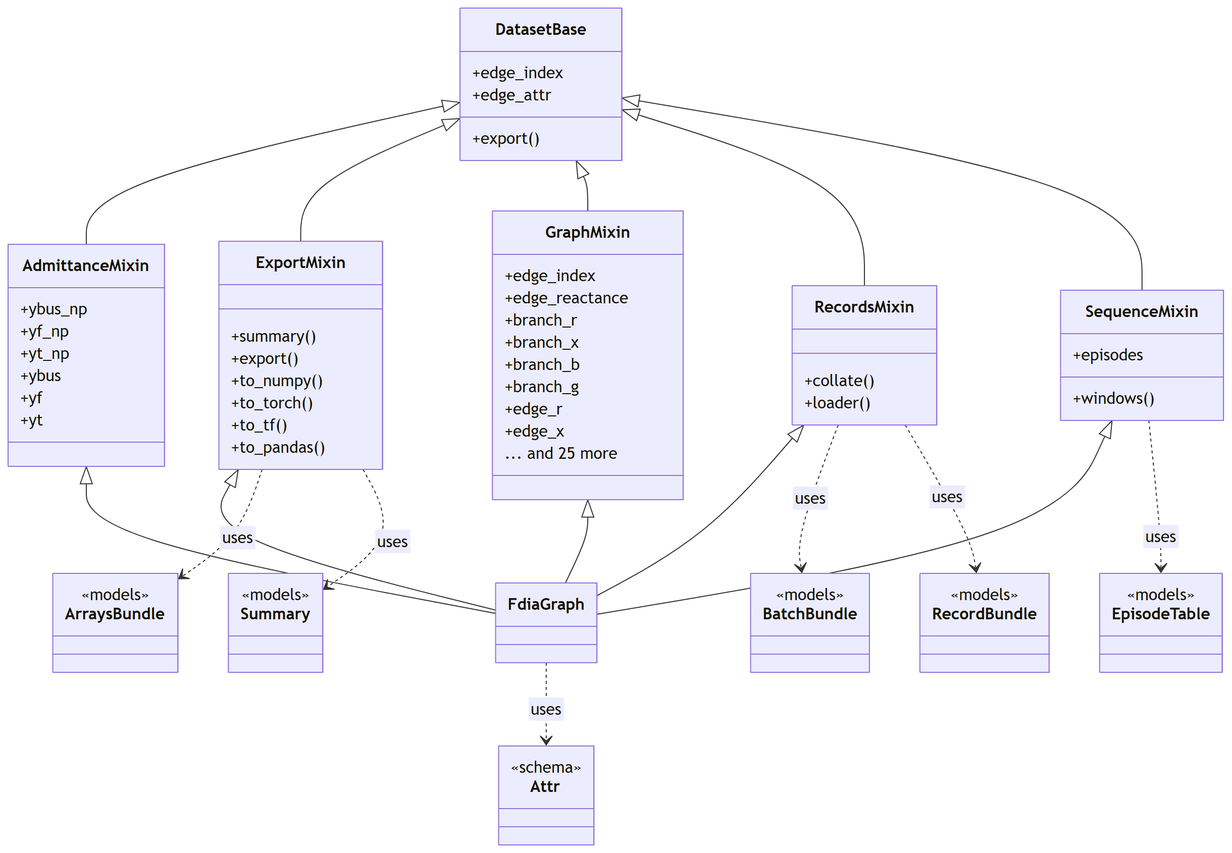
Above: docs/figures/diagrams/classes_dataset.png in myersben9/fdia-graph (Mermaid), before the change. Its source is kept beside it as docs/figures/diagrams/classes_dataset.mmd. Source of this version:
```mermaid
classDiagram
    class DatasetBase {
        +edge_index
        +edge_attr
        +export()
    }
    class GraphMixin {
        +edge_index
        +edge_reactance
        +branch_r
        +branch_x
        +branch_b
        +branch_g
        +edge_r
        +edge_x
        ... and 25 more
    }
    class AdmittanceMixin {
        +ybus_np
        +yf_np
        +yt_np
        +ybus
        +yf
        +yt
    }
    class RecordsMixin {
        +collate()
        +loader()
    }
    class ExportMixin {
        +summary()
        +export()
        +to_numpy()
        +to_torch()
        +to_tf()
        +to_pandas()
    }
    class SequenceMixin {
        +windows()
        +episodes
    }
    class FdiaGraph {
    }
    class ArraysBundle {
        <<models>>
    }
    class Attr {
        <<schema>>
    }
    class BatchBundle {
        <<models>>
    }
    class EpisodeTable {
        <<models>>
    }
    class RecordBundle {
        <<models>>
    }
    class Summary {
        <<models>>
    }
    AdmittanceMixin <|-- FdiaGraph
    DatasetBase <|-- AdmittanceMixin
    DatasetBase <|-- ExportMixin
    DatasetBase <|-- GraphMixin
    DatasetBase <|-- RecordsMixin
    DatasetBase <|-- SequenceMixin
    ExportMixin <|-- FdiaGraph
    GraphMixin <|-- FdiaGraph
    RecordsMixin <|-- FdiaGraph
    SequenceMixin <|-- FdiaGraph
    ExportMixin ..> ArraysBundle : uses
    ExportMixin ..> Summary : uses
    FdiaGraph ..> Attr : uses
    RecordsMixin ..> BatchBundle : uses
    RecordsMixin ..> RecordBundle : uses
    SequenceMixin ..> EpisodeTable : uses
```
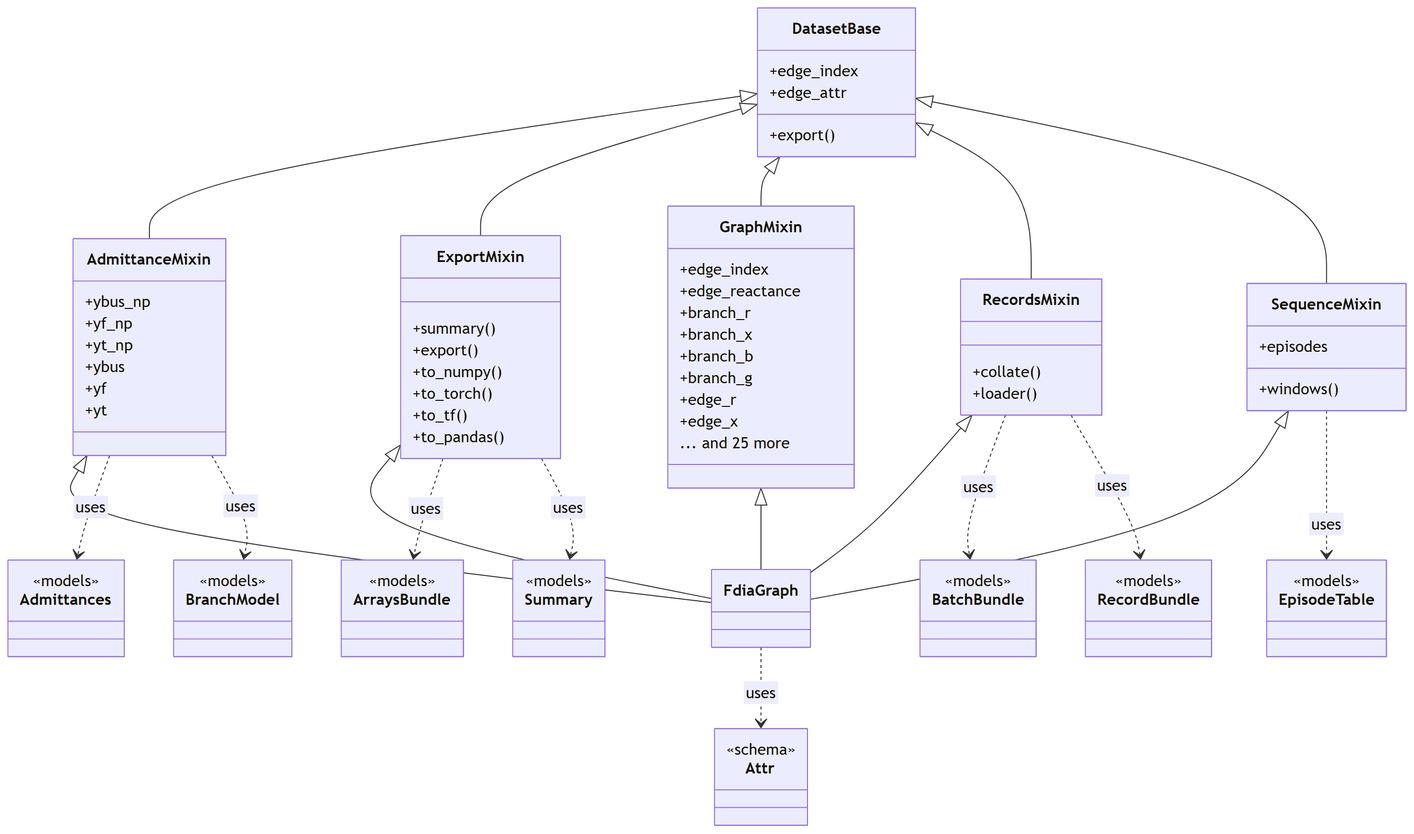
The same file after the commit.

Commit message:
class_diagrams: the column-index tuples are filtered by name, so the grid models keep their edges

The edit, as a diff of the source:
```diff
@@ -41,6 +41,9 @@
     }
     class FdiaGraph {
     }
+    class Admittances {
+        <<models>>
+    }
     class ArraysBundle {
         <<models>>
     }
@@ -48,6 +51,9 @@
         <<schema>>
     }
     class BatchBundle {
+        <<models>>
+    }
+    class BranchModel {
         <<models>>
     }
     class EpisodeTable {
@@ -69,6 +75,8 @@
     GraphMixin <|-- FdiaGraph
     RecordsMixin <|-- FdiaGraph
     SequenceMixin <|-- FdiaGraph
+    AdmittanceMixin ..> Admittances : uses
+    AdmittanceMixin ..> BranchModel : uses
     ExportMixin ..> ArraysBundle : uses
     ExportMixin ..> Summary : uses
     FdiaGraph ..> Attr : uses
```
